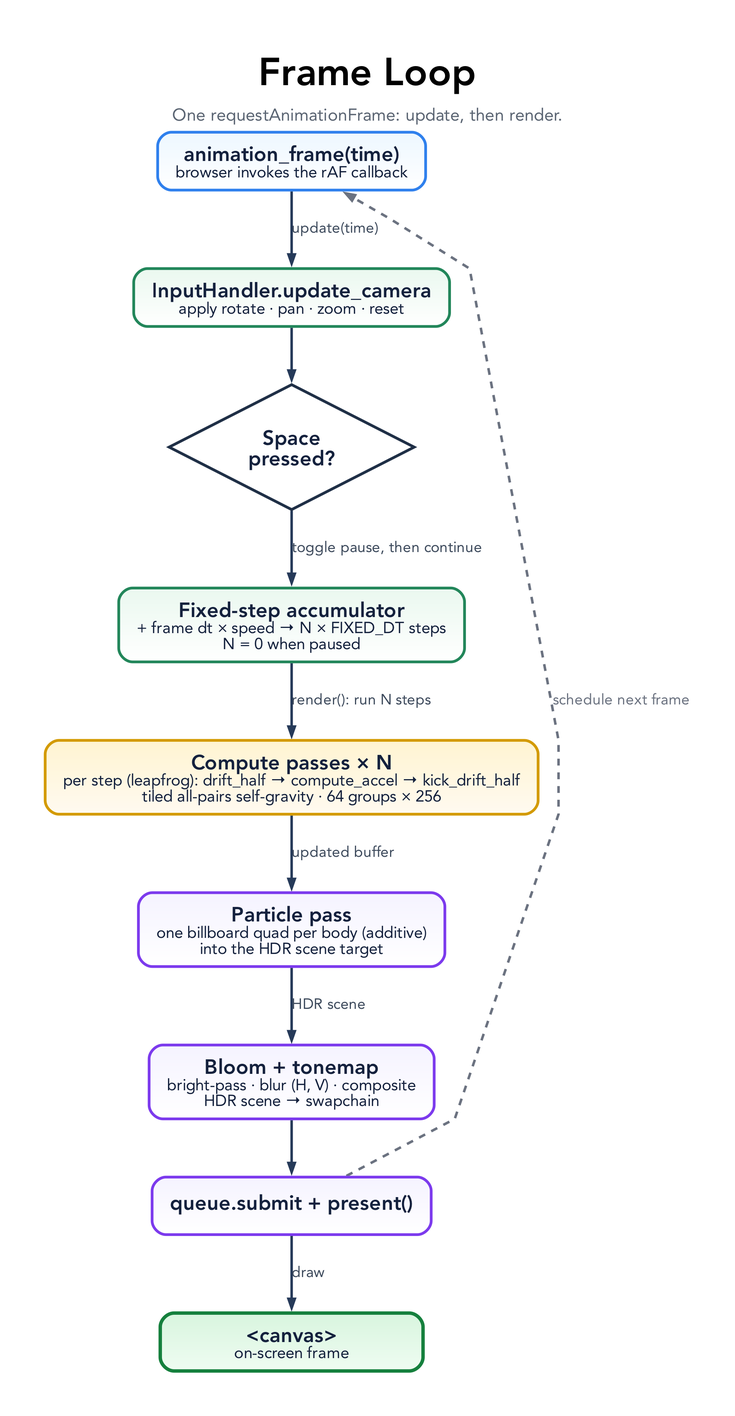
This is docs/diagrams/frame-loop.png from tre-systems/galacto, a Graphviz export, as it was before one commit. Its source is kept beside it as docs/diagrams/frame-loop.dot.
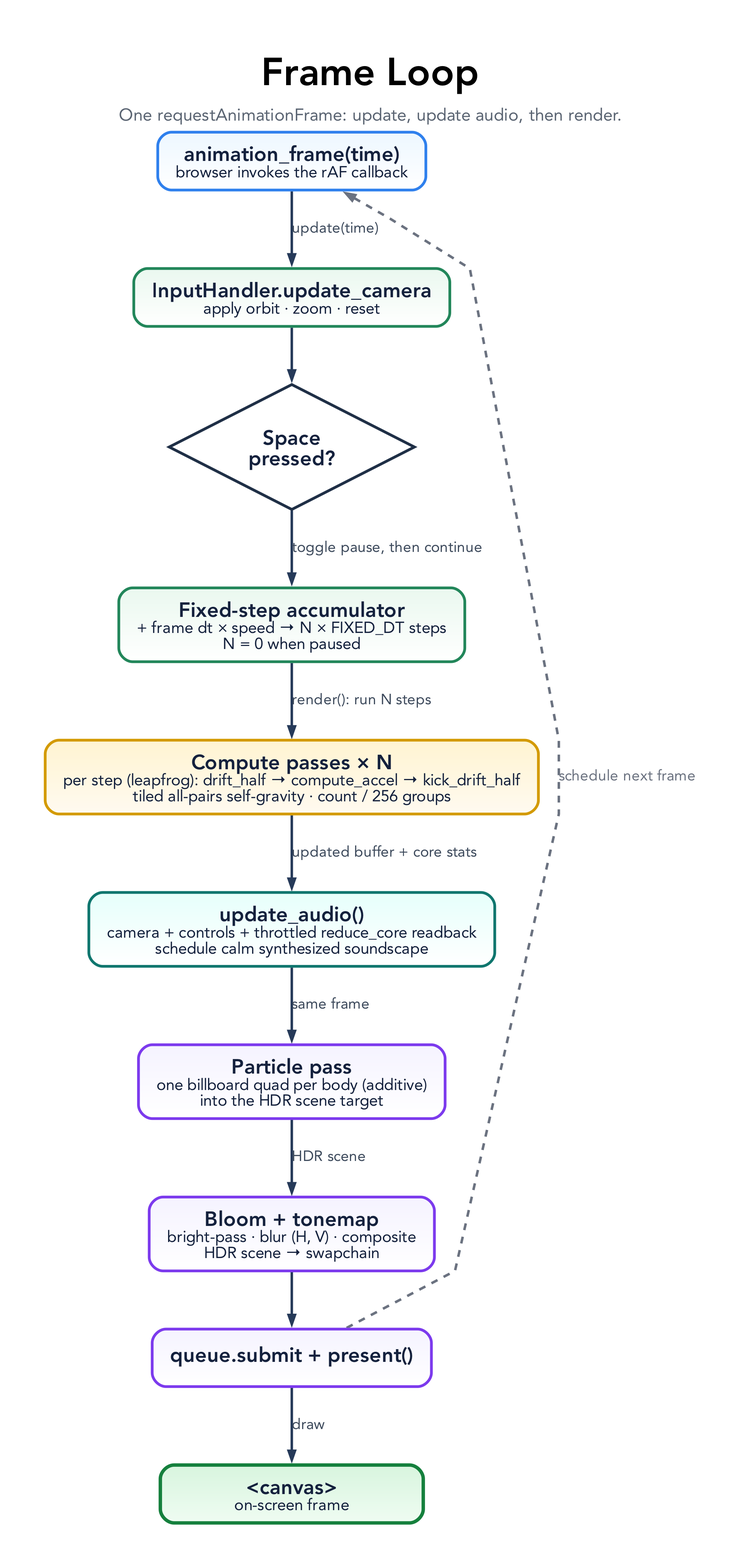
Later version of the same file.

Diff of the diagram source:
```diff
@@ -13,7 +13,7 @@
     label=<
       <TABLE BORDER="0" CELLBORDER="0" CELLSPACING="0" CELLPADDING="0">
         <TR><TD><FONT POINT-SIZE="34"><B>Frame Loop</B></FONT></TD></TR>
-        <TR><TD><FONT POINT-SIZE="15" COLOR="#5b6573">One requestAnimationFrame: update, then render.</FONT></TD></TR>
+        <TR><TD><FONT POINT-SIZE="15" COLOR="#5b6573">One requestAnimationFrame: update, update audio, then render.</FONT></TD></TR>
       </TABLE>
     >,
     labelloc=t,
@@ -46,11 +46,12 @@
 
   START [label=<<B>animation_frame(time)</B><BR/><FONT POINT-SIZE="14">browser invokes the rAF callback</FONT>>, fillcolor="#edf7ff:#ffffff", color="#2f80ed"];
 
-  U1 [label=<<B>InputHandler.update_camera</B><BR/><FONT POINT-SIZE="14">apply rotate · pan · zoom · reset</FONT>>, fillcolor="#eaf8ef:#ffffff", color="#22865a"];
+  U1 [label=<<B>InputHandler.update_camera</B><BR/><FONT POINT-SIZE="14">apply orbit · zoom · reset</FONT>>, fillcolor="#eaf8ef:#ffffff", color="#22865a"];
   U2 [shape=diamond, style=filled, fillcolor="#ffffff", color="#1f2f46", penwidth=2.4, width=2.4, height=1.05, label=<<B>Space<BR/>pressed?</B>>];
   U3 [label=<<B>Fixed-step accumulator</B><BR/><FONT POINT-SIZE="14">+ frame dt × speed → N × FIXED_DT steps<BR/>N = 0 when paused</FONT>>, fillcolor="#eaf8ef:#ffffff", color="#22865a"];
 
-  CP [label=<<B>Compute passes × N</B><BR/><FONT POINT-SIZE="14">per step (leapfrog): drift_half → compute_accel → kick_drift_half<BR/>tiled all-pairs self-gravity · 64 groups × 256</FONT>>, fillcolor="#fff4d1:#fffaf0", color="#d39a00"];
+  CP [label=<<B>Compute passes × N</B><BR/><FONT POINT-SIZE="14">per step (leapfrog): drift_half → compute_accel → kick_drift_half<BR/>tiled all-pairs self-gravity · count / 256 groups</FONT>>, fillcolor="#fff4d1:#fffaf0", color="#d39a00"];
+  AUD [label=<<B>update_audio()</B><BR/><FONT POINT-SIZE="14">camera + controls + throttled reduce_core readback<BR/>schedule calm synthesized soundscape</FONT>>, fillcolor="#e6fffb:#ffffff", color="#0f766e"];
   RP [label=<<B>Particle pass</B><BR/><FONT POINT-SIZE="14">one billboard quad per body (additive)<BR/>into the HDR scene target</FONT>>, fillcolor="#f5f3ff:#ffffff", color="#7c3aed"];
   BLOOM [label=<<B>Bloom + tonemap</B><BR/><FONT POINT-SIZE="14">bright-pass · blur (H, V) · composite<BR/>HDR scene → swapchain</FONT>>, fillcolor="#f5f3ff:#ffffff", color="#7c3aed"];
   PRES [label=<<B>queue.submit + present()</B>>, fillcolor="#f5f3ff:#ffffff", color="#7c3aed"];
@@ -61,7 +62,8 @@
   U1 -> U2;
   U2 -> U3 [label="toggle pause, then continue"];
   U3 -> CP [label="render(): run N steps"];
-  CP -> RP [label="updated buffer"];
+  CP -> AUD [label="updated buffer + core stats"];
+  AUD -> RP [label="same frame"];
   RP -> BLOOM [label="HDR scene"];
   BLOOM -> PRES;
   PRES -> CANVAS [label="draw"];
```
